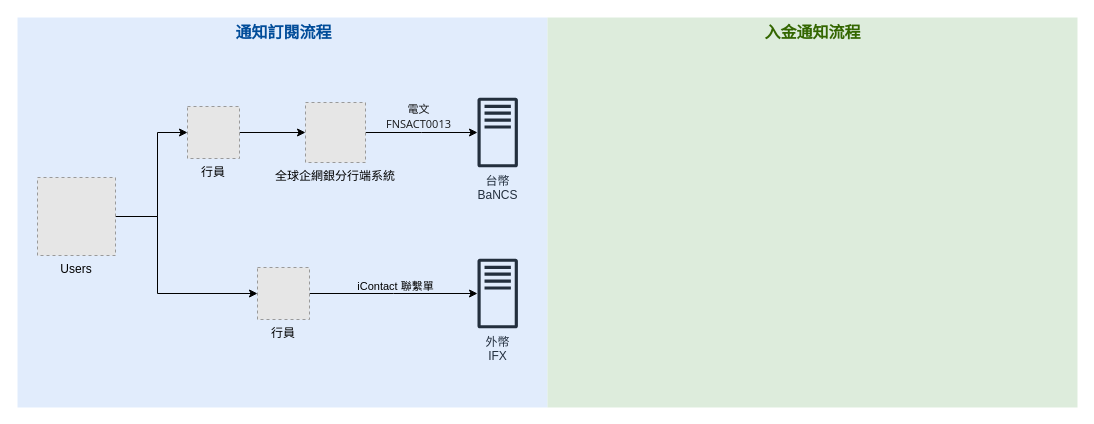
Earlier version of the draw.io diagram page "台外幣入金通知流程圖" (1 of 2) of 主動入金通知.drawio (Wayne-Kao/draw.io). Source tidied: cells renumbered, new cells numbered last; positions are measured from the earlier drawing's top-left corner, leaving out a move shared by most shapes. Both pictures are drawn from the tidied source at 100%, with x=0, y=0 at pixel (17, 17). Pictures stored in the file or linked from it are replaced by grey dashed boxes.
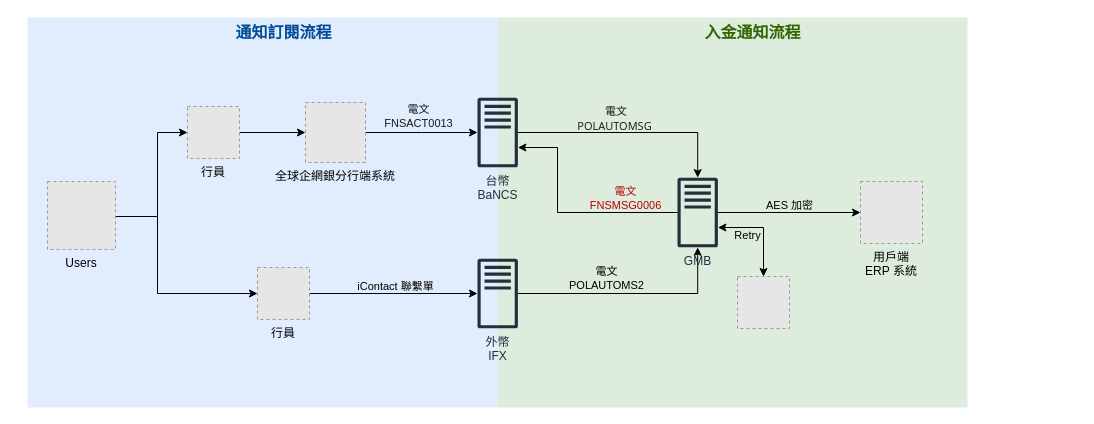
The same page after the edit.

Commit message:
更新主動入金通知.drawio

Unchanged cells that the change refers to:
```xml
<mxCell id="3" value="台幣&lt;br&gt;BaNCS" style="sketch=0;outlineConnect=0;fontColor=#232F3E;gradientColor=none;fillColor=#232F3D;strokeColor=none;dashed=0;verticalLabelPosition=bottom;verticalAlign=top;align=center;html=1;fontSize=12;fontStyle=0;shape=mxgraph.aws4.traditional_server;" parent="1" vertex="1">
  <mxGeometry x="460" y="80" width="40.4" height="70" as="geometry" />
</mxCell>
<mxCell id="4" value="外幣&lt;br&gt;IFX" style="sketch=0;outlineConnect=0;fontColor=#232F3E;gradientColor=none;fillColor=#232F3D;strokeColor=none;dashed=0;verticalLabelPosition=bottom;verticalAlign=top;align=center;html=1;fontSize=12;fontStyle=0;shape=mxgraph.aws4.traditional_server;" parent="1" vertex="1">
  <mxGeometry x="460" y="241" width="40.4" height="70" as="geometry" />
</mxCell>
<mxCell id="5" style="edgeStyle=orthogonalEdgeStyle;rounded=0;jettySize=auto;html=1;" parent="1" edge="1" source="7" target="3">
  <mxGeometry relative="1" as="geometry" />
</mxCell>
```

Diff of the diagram source:
```diff
@@
+    <mxCell id="17" style="rounded=0;whiteSpace=wrap;html=1;fillColor=#d5e8d4;strokeColor=none;opacity=80;" parent="1" vertex="1">
+      <mxGeometry x="480" width="470" height="390" as="geometry" />
+    </mxCell>
     <mxCell id="2" style="rounded=0;whiteSpace=wrap;html=1;fillColor=#dae8fc;strokeColor=none;opacity=80;" parent="1" vertex="1">
-      <mxGeometry width="530" height="390" as="geometry" />
+      <mxGeometry x="10" width="470" height="390" as="geometry" />
     </mxCell>
+    <mxCell id="19" style="edgeStyle=orthogonalEdgeStyle;rounded=0;jettySize=auto;html=1;" parent="1" edge="1" source="3" target="29">
+      <mxGeometry relative="1" as="geometry" />
+    </mxCell>
+    <mxCell id="20" value="&lt;span&gt;&lt;font&gt;&lt;span style=&quot;color: rgba(0, 0, 0, 0.9); font-family: &amp;quot;Segoe UI VSS (Regular)&amp;quot;, &amp;quot;Segoe UI&amp;quot;, -apple-system, BlinkMacSystemFont, Roboto, &amp;quot;Helvetica Neue&amp;quot;, Helvetica, Ubuntu, Arial, sans-serif, &amp;quot;Apple Color Emoji&amp;quot;, &amp;quot;Segoe UI Emoji&amp;quot;, &amp;quot;Segoe UI Symbol&amp;quot;; text-align: start; text-wrap-mode: wrap;&quot;&gt;&amp;nbsp;電文&lt;br&gt;&lt;/span&gt;&lt;span style=&quot;box-sizing: border-box; color: rgba(0, 0, 0, 0.9); font-family: &amp;quot;Segoe UI VSS (Regular)&amp;quot;, &amp;quot;Segoe UI&amp;quot;, -apple-system, BlinkMacSystemFont, Roboto, &amp;quot;Helvetica Neue&amp;quot;, Helvetica, Ubuntu, Arial, sans-serif, &amp;quot;Apple Color Emoji&amp;quot;, &amp;quot;Segoe UI Emoji&amp;quot;, &amp;quot;Segoe UI Symbol&amp;quot;; text-align: start; text-wrap-mode: wrap;&quot;&gt;POLAUTOMSG&lt;/span&gt;&lt;/font&gt;&lt;/span&gt;" style="edgeLabel;html=1;align=center;verticalAlign=middle;labelBackgroundColor=none;" parent="19" vertex="1">
+      <mxGeometry x="-0.15" y="-2" relative="1" as="geometry">
+        <mxPoint y="-17" as="offset" />
+      </mxGeometry>
+    </mxCell>
@@
+    <mxCell id="21" style="edgeStyle=orthogonalEdgeStyle;rounded=0;jettySize=auto;html=1;" parent="1" edge="1" source="4" target="29">
+      <mxGeometry relative="1" as="geometry" />
+    </mxCell>
+    <mxCell id="22" value="&lt;span&gt;電文&lt;br&gt;POLAUTOMS2&lt;/span&gt;" style="edgeLabel;html=1;align=center;verticalAlign=middle;labelBackgroundColor=none;" parent="21" vertex="1">
+      <mxGeometry x="-0.08" y="-1" relative="1" as="geometry">
+        <mxPoint x="-16" y="-17" as="offset" />
+      </mxGeometry>
+    </mxCell>
@@
-    <mxCell id="6" value="&lt;span style=&quot;color: rgba(0, 0, 0, 0.9); font-family: &amp;quot;Segoe UI VSS (Regular)&amp;quot;, &amp;quot;Segoe UI&amp;quot;, -apple-system, BlinkMacSystemFont, Roboto, &amp;quot;Helvetica Neue&amp;quot;, Helvetica, Ubuntu, Arial, sans-serif, &amp;quot;Apple Color Emoji&amp;quot;, &amp;quot;Segoe UI Emoji&amp;quot;, &amp;quot;Segoe UI Symbol&amp;quot;; text-align: start; text-wrap-mode: wrap;&quot;&gt;&lt;font&gt;電文&lt;br&gt;FNSACT0013&lt;/font&gt;&lt;/span&gt;" style="edgeLabel;html=1;align=center;verticalAlign=middle;labelBackgroundColor=none;" parent="5" vertex="1">
+    <mxCell id="6" value="&lt;span style=&quot;color: rgba(0, 0, 0, 0.9); text-align: start; text-wrap-mode: wrap;&quot;&gt;&lt;font style=&quot;&quot; face=&quot;Helvetica&quot;&gt;電文&lt;br&gt;FNSACT0013&lt;/font&gt;&lt;/span&gt;" style="edgeLabel;html=1;align=center;verticalAlign=middle;labelBackgroundColor=none;" parent="5" vertex="1">
       <mxGeometry x="-0.08" y="-1" relative="1" as="geometry">
         <mxPoint y="-18" as="offset" />
       </mxGeometry>
     </mxCell>
@@
     <mxCell id="12" value="Users" style="fillColor=#E6E6E6;strokeColor=#999999;dashed=1;verticalLabelPosition=bottom;labelBackgroundColor=none;verticalAlign=top;" parent="1" vertex="1">
-      <mxGeometry x="20" y="160" width="78" height="78" as="geometry" />
+      <mxGeometry x="30" y="164" width="68" height="68" as="geometry" />
     </mxCell>
@@
-    <mxCell id="17" style="rounded=0;whiteSpace=wrap;html=1;fillColor=#d5e8d4;strokeColor=none;opacity=80;" parent="1" vertex="1">
-      <mxGeometry x="530" width="530" height="390" as="geometry" />
-    </mxCell>
     <mxCell id="18" value="&lt;b&gt;&lt;font style=&quot;font-size: 16px; color: rgb(51, 102, 0);&quot;&gt;入金通知流程&lt;/font&gt;&lt;/b&gt;" style="text;html=1;whiteSpace=wrap;strokeColor=none;fillColor=none;align=center;verticalAlign=middle;rounded=0;" parent="1" vertex="1">
-      <mxGeometry x="731.8" width="126.5" height="30" as="geometry" />
+      <mxGeometry x="671.8" width="126.5" height="30" as="geometry" />
     </mxCell>
+    <mxCell id="23" style="edgeStyle=orthogonalEdgeStyle;rounded=0;jettySize=auto;html=1;" parent="1" edge="1" source="29" target="3">
+      <mxGeometry relative="1" as="geometry">
+        <Array as="points">
+          <mxPoint x="540" y="195" />
+          <mxPoint x="540" y="130" />
+        </Array>
+      </mxGeometry>
+    </mxCell>
+    <mxCell id="24" value="&lt;div style=&quot;&quot;&gt;&lt;span style=&quot;text-wrap-mode: wrap;&quot;&gt;&lt;font color=&quot;rgba(0, 0, 0, 0.9)&quot; face=&quot;Segoe UI VSS (Regular), Segoe UI, -apple-system, BlinkMacSystemFont, Roboto, Helvetica Neue, Helvetica, Ubuntu, Arial, sans-serif, Apple Color Emoji, Segoe UI Emoji, Segoe UI Symbol&quot;&gt;電文&lt;br&gt;FNSMSG0006&lt;/font&gt;&lt;/span&gt;&lt;/div&gt;" style="edgeLabel;html=1;align=center;verticalAlign=middle;labelBackgroundColor=none;" parent="23" vertex="1">
+      <mxGeometry x="-0.37" y="2" relative="1" as="geometry">
+        <mxPoint x="18" y="-17" as="offset" />
+      </mxGeometry>
+    </mxCell>
+    <mxCell id="25" style="edgeStyle=orthogonalEdgeStyle;rounded=0;jettySize=auto;html=1;entryX=0;entryY=0.5;entryDx=0;entryDy=0;" parent="1" edge="1" source="29" target="31">
+      <mxGeometry relative="1" as="geometry" />
+    </mxCell>
+    <mxCell id="26" value="AES 加密" style="edgeLabel;html=1;align=center;verticalAlign=middle;labelBackgroundColor=none;" parent="25" vertex="1">
+      <mxGeometry x="-0.01" y="2" relative="1" as="geometry">
+        <mxPoint y="-6" as="offset" />
+      </mxGeometry>
+    </mxCell>
+    <mxCell id="27" style="edgeStyle=orthogonalEdgeStyle;rounded=0;jettySize=auto;html=1;entryX=0.5;entryY=0;entryDx=0;entryDy=0;startArrow=classic;startFill=1;" parent="1" edge="1" source="29" target="30">
+      <mxGeometry relative="1" as="geometry">
+        <Array as="points">
+          <mxPoint x="746" y="210" />
+        </Array>
+      </mxGeometry>
+    </mxCell>
+    <mxCell id="28" value="Retry" style="edgeLabel;html=1;align=center;verticalAlign=middle;labelBackgroundColor=none;" parent="27" vertex="1">
+      <mxGeometry x="-0.16" y="-4" relative="1" as="geometry">
+        <mxPoint x="-11" y="3" as="offset" />
+      </mxGeometry>
+    </mxCell>
+    <mxCell id="29" value="&lt;div&gt;&lt;span style=&quot;background-color: transparent; color: light-dark(rgb(35, 47, 62), rgb(189, 199, 212));&quot;&gt;GMB&lt;/span&gt;&lt;/div&gt;" style="sketch=0;outlineConnect=0;fontColor=#232F3E;gradientColor=none;fillColor=#232F3D;strokeColor=none;dashed=0;verticalLabelPosition=bottom;verticalAlign=top;align=center;html=1;fontSize=12;fontStyle=0;shape=mxgraph.aws4.traditional_server;" parent="1" vertex="1">
+      <mxGeometry x="660" y="160" width="40.4" height="70" as="geometry" />
+    </mxCell>
+    <mxCell id="30" style="fillColor=#E6E6E6;strokeColor=#999999;dashed=1;verticalLabelPosition=bottom;labelBackgroundColor=default;verticalAlign=top;" parent="1" vertex="1">
+      <mxGeometry x="720" y="259" width="52" height="52" as="geometry" />
+    </mxCell>
+    <mxCell id="31" value="用戶端&#10;ERP 系統" style="fillColor=#E6E6E6;strokeColor=#999999;dashed=1;verticalLabelPosition=bottom;labelBackgroundColor=none;verticalAlign=top;" parent="1" vertex="1">
+      <mxGeometry x="843" y="164" width="62" height="62" as="geometry" />
+    </mxCell>
```
